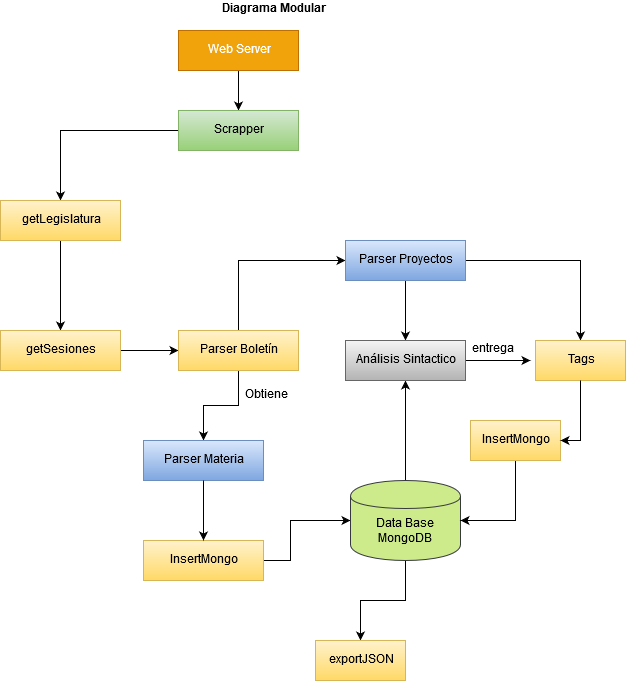
Above: Diagramas/Diagrama modular.png in juanqpablo/QueVotan-Taller-III (draw.io), before the change. Source tidied: cells renumbered, new cells last; positions are measured from the earlier drawing's top-left corner, leaving out a move shared by most shapes.
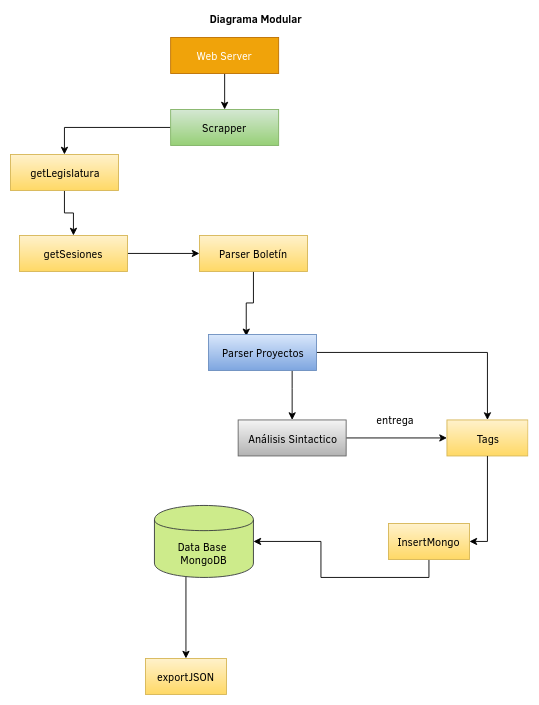
The same file after the commit.

Commit message:
Actualizacion Diagrama Modular

Change to the diagram source:
```diff
@@ -6,104 +6,83 @@
       <mxGeometry relative="1" as="geometry" />
     </mxCell>
     <mxCell id="3" value="Web Server" style="rounded=0;whiteSpace=wrap;html=1;fillColor=#f0a30a;strokeColor=#BD7000;fontColor=#ffffff;" parent="1" vertex="1">
-      <mxGeometry x="178" y="30" width="120" height="40" as="geometry" />
+      <mxGeometry x="188" y="200" width="120" height="40" as="geometry" />
     </mxCell>
     <mxCell id="4" value="&lt;b&gt;Diagrama Modular&lt;/b&gt;" style="text;html=1;align=left;verticalAlign=top;spacingTop=-4;" parent="1" vertex="1">
-      <mxGeometry x="220" width="120" height="20" as="geometry" />
+      <mxGeometry x="230" y="170" width="120" height="20" as="geometry" />
     </mxCell>
     <mxCell id="5" style="edgeStyle=orthogonalEdgeStyle;rounded=0;jettySize=auto;html=1;exitX=0;exitY=0.5;exitDx=0;exitDy=0;entryX=0.5;entryY=0;entryDx=0;entryDy=0;" parent="1" edge="1" source="6" target="8">
       <mxGeometry relative="1" as="geometry" />
     </mxCell>
     <mxCell id="6" value="Scrapper" style="rounded=0;whiteSpace=wrap;html=1;fillColor=#d5e8d4;strokeColor=#82b366;gradientColor=#97d077;" parent="1" vertex="1">
-      <mxGeometry x="178" y="110" width="120" height="40" as="geometry" />
+      <mxGeometry x="188" y="280" width="120" height="40" as="geometry" />
     </mxCell>
     <mxCell id="7" style="edgeStyle=orthogonalEdgeStyle;rounded=0;jettySize=auto;html=1;exitX=0.5;exitY=1;exitDx=0;exitDy=0;entryX=0.5;entryY=0;entryDx=0;entryDy=0;" parent="1" edge="1" source="8" target="10">
       <mxGeometry relative="1" as="geometry" />
     </mxCell>
     <mxCell id="8" value="getLegislatura" style="rounded=0;whiteSpace=wrap;html=1;gradientColor=#ffd966;fillColor=#fff2cc;strokeColor=#d6b656;" parent="1" vertex="1">
-      <mxGeometry y="200" width="120" height="40" as="geometry" />
+      <mxGeometry x="10" y="330" width="120" height="40" as="geometry" />
     </mxCell>
     <mxCell id="9" style="edgeStyle=orthogonalEdgeStyle;rounded=0;jettySize=auto;html=1;entryX=0;entryY=0.5;entryDx=0;entryDy=0;" parent="1" edge="1" source="10" target="13">
       <mxGeometry relative="1" as="geometry" />
     </mxCell>
     <mxCell id="10" value="getSesiones" style="rounded=0;whiteSpace=wrap;html=1;gradientColor=#ffd966;fillColor=#fff2cc;strokeColor=#d6b656;" parent="1" vertex="1">
-      <mxGeometry y="330" width="120" height="40" as="geometry" />
+      <mxGeometry x="20" y="420" width="120" height="40" as="geometry" />
     </mxCell>
-    <mxCell id="11" style="edgeStyle=orthogonalEdgeStyle;rounded=0;jettySize=auto;html=1;exitX=0.5;exitY=1;exitDx=0;exitDy=0;entryX=0.5;entryY=0;entryDx=0;entryDy=0;" parent="1" edge="1" source="13" target="15">
-      <mxGeometry relative="1" as="geometry" />
-    </mxCell>
-    <mxCell id="12" style="edgeStyle=orthogonalEdgeStyle;rounded=0;jettySize=auto;html=1;exitX=0.5;exitY=0;exitDx=0;exitDy=0;entryX=0;entryY=0.5;entryDx=0;entryDy=0;" parent="1" edge="1" source="13" target="22">
+    <mxCell id="12" style="edgeStyle=orthogonalEdgeStyle;rounded=0;jettySize=auto;html=1;exitX=0.5;exitY=1;exitDx=0;exitDy=0;entryX=0.35;entryY=0.05;entryDx=0;entryDy=0;entryPerimeter=0;" parent="1" edge="1" source="13" target="22">
       <mxGeometry relative="1" as="geometry" />
     </mxCell>
     <mxCell id="13" value="Parser Boletín" style="rounded=0;whiteSpace=wrap;html=1;gradientColor=#ffd966;fillColor=#fff2cc;strokeColor=#d6b656;" parent="1" vertex="1">
-      <mxGeometry x="178" y="330" width="120" height="40" as="geometry" />
+      <mxGeometry x="220" y="420" width="120" height="40" as="geometry" />
     </mxCell>
-    <mxCell id="14" style="edgeStyle=orthogonalEdgeStyle;rounded=0;jettySize=auto;html=1;" parent="1" edge="1" source="31">
-      <mxGeometry relative="1" as="geometry">
-        <mxPoint x="350" y="520" as="targetPoint" />
-        <Array as="points">
-          <mxPoint x="290" y="560" />
-          <mxPoint x="290" y="520" />
-        </Array>
-      </mxGeometry>
-    </mxCell>
-    <mxCell id="15" value="Parser Materia" style="rounded=0;whiteSpace=wrap;html=1;gradientColor=#7ea6e0;fillColor=#dae8fc;strokeColor=#6c8ebf;" parent="1" vertex="1">
-      <mxGeometry x="143" y="440" width="120" height="40" as="geometry" />
-    </mxCell>
-    <mxCell id="16" style="edgeStyle=orthogonalEdgeStyle;rounded=0;jettySize=auto;html=1;exitX=0.5;exitY=0;exitDx=0;exitDy=0;entryX=0.5;entryY=1;entryDx=0;entryDy=0;" parent="1" edge="1" source="18" target="24">
-      <mxGeometry relative="1" as="geometry" />
-    </mxCell>
-    <mxCell id="17" style="edgeStyle=orthogonalEdgeStyle;rounded=0;jettySize=auto;html=1;" parent="1" edge="1" source="18">
-      <mxGeometry relative="1" as="geometry">
-        <mxPoint x="360" y="640" as="targetPoint" />
-      </mxGeometry>
-    </mxCell>
+    <mxCell id="33" style="edgeStyle=orthogonalEdgeStyle;rounded=0;jettySize=auto;html=1;exitX=0.5;exitY=1;exitDx=0;exitDy=0;entryX=0.5;entryY=0;entryDx=0;entryDy=0;" parent="1" edge="1" source="18" target="28">
+      <mxGeometry relative="1" as="geometry">
+        <Array as="points">
+          <mxPoint x="260" y="760" />
+          <mxPoint x="250" y="760" />
+        </Array>
+      </mxGeometry>
+    </mxCell>
     <mxCell id="18" value="&lt;div&gt;Data Base &lt;br&gt;&lt;/div&gt;&lt;div&gt;MongoDB&lt;br&gt;&lt;/div&gt;" style="shape=cylinder;whiteSpace=wrap;html=1;boundedLbl=1;backgroundOutline=1;fillColor=#cdeb8b;strokeColor=#36393d;" parent="1" vertex="1">
-      <mxGeometry x="350" y="480" width="110" height="80" as="geometry" />
+      <mxGeometry x="170" y="720" width="110" height="80" as="geometry" />
     </mxCell>
-    <mxCell id="19" value="Obtiene" style="text;html=1;align=left;verticalAlign=top;spacingTop=-4;" parent="1" vertex="1">
-      <mxGeometry x="243" y="386" width="60" height="20" as="geometry" />
-    </mxCell>
     <mxCell id="20" style="edgeStyle=orthogonalEdgeStyle;rounded=0;jettySize=auto;html=1;entryX=0.5;entryY=0;entryDx=0;entryDy=0;" parent="1" edge="1" source="22" target="24">
-      <mxGeometry relative="1" as="geometry" />
+      <mxGeometry relative="1" as="geometry">
+        <Array as="points">
+          <mxPoint x="323" y="590" />
+          <mxPoint x="323" y="590" />
+        </Array>
+      </mxGeometry>
     </mxCell>
     <mxCell id="21" style="edgeStyle=orthogonalEdgeStyle;rounded=0;jettySize=auto;html=1;entryX=0.5;entryY=0;entryDx=0;entryDy=0;" parent="1" edge="1" source="22" target="27">
       <mxGeometry relative="1" as="geometry" />
     </mxCell>
     <mxCell id="22" value="Parser Proyectos" style="rounded=0;whiteSpace=wrap;html=1;gradientColor=#7ea6e0;fillColor=#dae8fc;strokeColor=#6c8ebf;" parent="1" vertex="1">
-      <mxGeometry x="345" y="240" width="120" height="40" as="geometry" />
+      <mxGeometry x="230" y="530" width="120" height="40" as="geometry" />
     </mxCell>
-    <mxCell id="23" style="edgeStyle=orthogonalEdgeStyle;rounded=0;jettySize=auto;html=1;" parent="1" edge="1" source="24">
-      <mxGeometry relative="1" as="geometry">
-        <mxPoint x="530" y="360" as="targetPoint" />
-      </mxGeometry>
-    </mxCell>
+    <mxCell id="34" style="edgeStyle=orthogonalEdgeStyle;rounded=0;jettySize=auto;html=1;entryX=0;entryY=0.5;entryDx=0;entryDy=0;" parent="1" edge="1" source="24" target="27">
+      <mxGeometry relative="1" as="geometry" />
+    </mxCell>
     <mxCell id="24" value="Análisis Sintactico" style="rounded=0;whiteSpace=wrap;html=1;gradientColor=#b3b3b3;fillColor=#f5f5f5;strokeColor=#666666;" parent="1" vertex="1">
-      <mxGeometry x="345" y="340" width="120" height="40" as="geometry" />
+      <mxGeometry x="263" y="625" width="120" height="40" as="geometry" />
     </mxCell>
     <mxCell id="25" value="entrega" style="text;html=1;align=left;verticalAlign=top;spacingTop=-4;" parent="1" vertex="1">
-      <mxGeometry x="470" y="340" width="60" height="20" as="geometry" />
+      <mxGeometry x="415" y="615" width="60" height="20" as="geometry" />
     </mxCell>
     <mxCell id="26" style="edgeStyle=orthogonalEdgeStyle;rounded=0;jettySize=auto;html=1;exitX=0.5;exitY=1;exitDx=0;exitDy=0;entryX=1;entryY=0.5;entryDx=0;entryDy=0;" parent="1" edge="1" source="29" target="18">
       <mxGeometry relative="1" as="geometry" />
     </mxCell>
     <mxCell id="27" value="&lt;div&gt;Tags&lt;/div&gt;" style="rounded=0;whiteSpace=wrap;html=1;gradientColor=#ffd966;fillColor=#fff2cc;strokeColor=#d6b656;" parent="1" vertex="1">
-      <mxGeometry x="535" y="340" width="90" height="40" as="geometry" />
+      <mxGeometry x="495" y="625" width="90" height="40" as="geometry" />
     </mxCell>
     <mxCell id="28" value="exportJSON" style="rounded=0;whiteSpace=wrap;html=1;gradientColor=#ffd966;fillColor=#fff2cc;strokeColor=#d6b656;" parent="1" vertex="1">
-      <mxGeometry x="315" y="640" width="90" height="40" as="geometry" />
+      <mxGeometry x="160" y="890" width="90" height="40" as="geometry" />
     </mxCell>
     <mxCell id="29" value="&lt;div&gt;InsertMongo&lt;/div&gt;" style="rounded=0;whiteSpace=wrap;html=1;gradientColor=#ffd966;fillColor=#fff2cc;strokeColor=#d6b656;" parent="1" vertex="1">
-      <mxGeometry x="470" y="420" width="90" height="40" as="geometry" />
+      <mxGeometry x="430" y="740" width="90" height="40" as="geometry" />
     </mxCell>
     <mxCell id="30" style="edgeStyle=orthogonalEdgeStyle;rounded=0;jettySize=auto;html=1;exitX=0.5;exitY=1;exitDx=0;exitDy=0;entryX=1;entryY=0.5;entryDx=0;entryDy=0;" parent="1" edge="1" source="27" target="29">
       <mxGeometry relative="1" as="geometry" />
     </mxCell>
-    <mxCell id="31" value="InsertMongo" style="rounded=0;whiteSpace=wrap;html=1;gradientColor=#ffd966;fillColor=#fff2cc;strokeColor=#d6b656;" parent="1" vertex="1">
-      <mxGeometry x="143" y="540" width="120" height="40" as="geometry" />
-    </mxCell>
-    <mxCell id="32" style="edgeStyle=orthogonalEdgeStyle;rounded=0;jettySize=auto;html=1;" parent="1" edge="1" source="15" target="31">
-      <mxGeometry relative="1" as="geometry" />
-    </mxCell>
   </root>
 </mxGraphModel>
```
